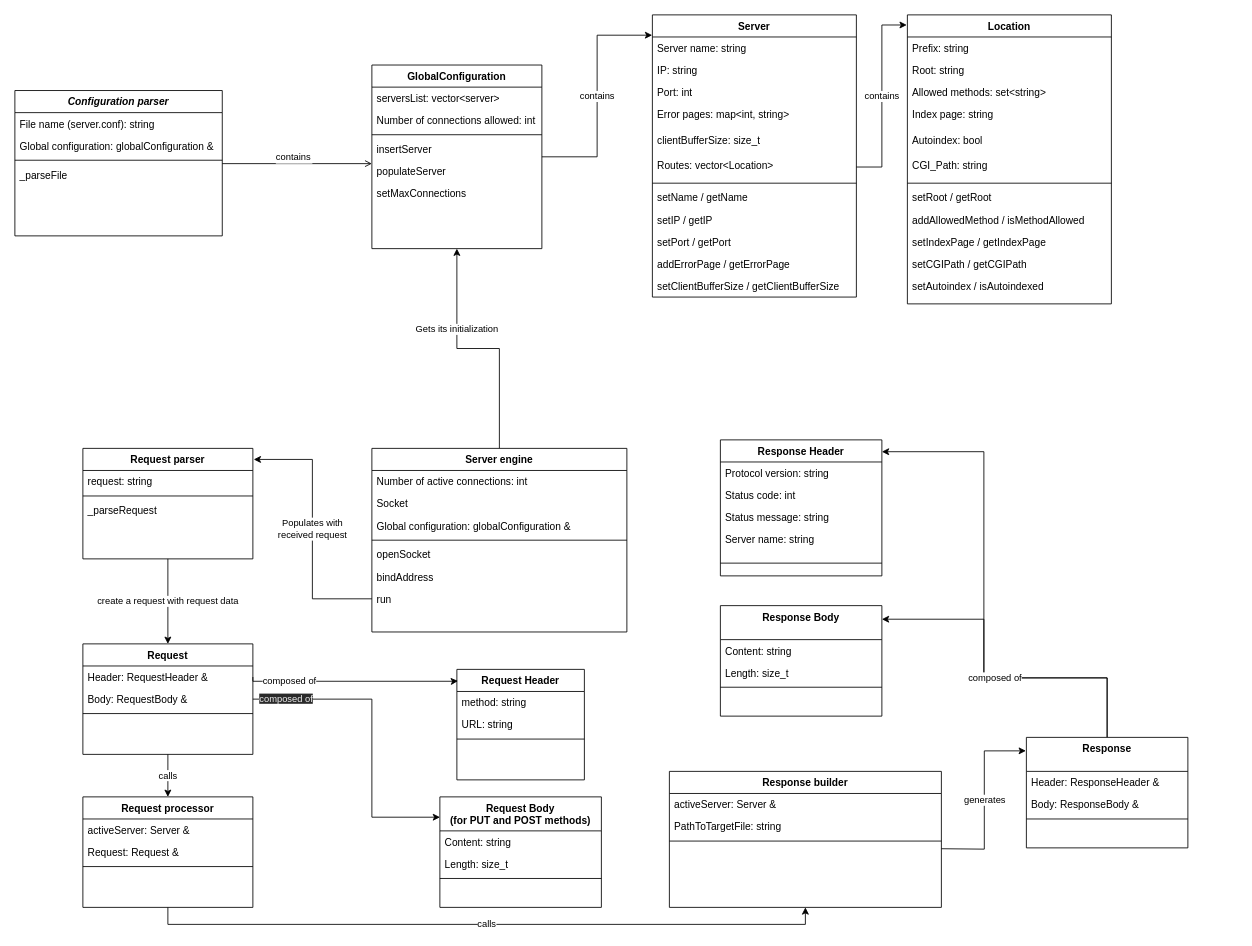
This is webserv_architecture.drawio from ababoum/webserv, a draw.io file, before an edit. Source tidied: cells renumbered, new cells numbered last; positions are measured from the earlier drawing's top-left corner, leaving out a move shared by most shapes. Both pictures are drawn from the tidied source at 85%, with x=0, y=0 at pixel (14, 14).
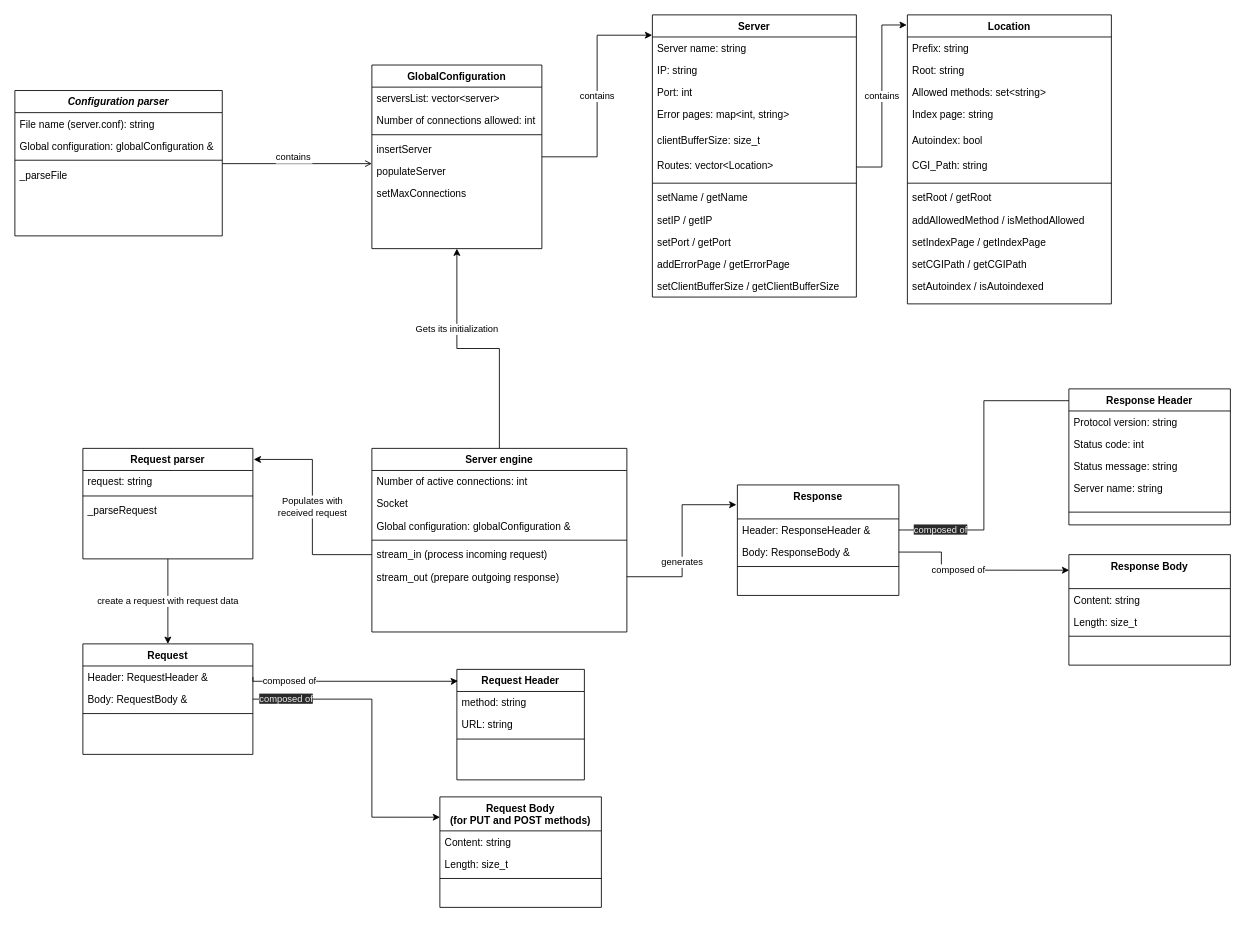
The same diagram, later.

Commit message (it also covers changes not shown here):
build response with response class

Unchanged cells that the change refers to:
```xml
<mxCell id="30" value="Server engine" style="swimlane;fontStyle=1;align=center;verticalAlign=top;horizontal=1;startSize=26;rounded=0;shadow=0;strokeWidth=1;" parent="1" vertex="1">
  <mxGeometry x="420" y="510" width="300" height="216" as="geometry" />
</mxCell>
<mxCell id="50" value="Request" style="swimlane;fontStyle=1;align=center;verticalAlign=top;horizontal=1;startSize=26;rounded=0;shadow=0;strokeWidth=1;" parent="1" vertex="1">
  <mxGeometry x="80" y="740" width="200" height="130" as="geometry" />
</mxCell>
<mxCell id="81" value="Header: ResponseHeader &amp;" style="text;align=left;verticalAlign=top;spacingLeft=4;spacingRight=4;overflow=hidden;points=[[0,0.5],[1,0.5]];portConstraint=eastwest;" parent="80" vertex="1">
  <mxGeometry y="40" width="190" height="26" as="geometry" />
</mxCell>
<mxCell id="82" value="Body: ResponseBody &amp;" style="text;align=left;verticalAlign=top;spacingLeft=4;spacingRight=4;overflow=hidden;points=[[0,0.5],[1,0.5]];portConstraint=eastwest;" parent="80" vertex="1">
  <mxGeometry y="66" width="190" height="26" as="geometry" />
</mxCell>
```

The edit, as a diff of the source:
```diff
@@
-    <mxCell id="35" value="openSocket" style="text;align=left;verticalAlign=top;spacingLeft=4;spacingRight=4;overflow=hidden;" parent="30" vertex="1">
-      <mxGeometry y="112" width="300" height="26" as="geometry" />
-    </mxCell>
-    <mxCell id="36" value="bindAddress" style="text;align=left;verticalAlign=top;spacingLeft=4;spacingRight=4;overflow=hidden;" parent="30" vertex="1">
-      <mxGeometry y="138" width="300" height="26" as="geometry" />
-    </mxCell>
-    <mxCell id="37" value="run" style="text;align=left;verticalAlign=top;spacingLeft=4;spacingRight=4;overflow=hidden;points=[[0,0.5],[1,0.5]];portConstraint=eastwest;" parent="30" vertex="1">
-      <mxGeometry y="164" width="300" height="26" as="geometry" />
+    <mxCell id="37" value="stream_in (process incoming request)" style="text;align=left;verticalAlign=top;spacingLeft=4;spacingRight=4;overflow=hidden;points=[[0,0.5],[1,0.5]];portConstraint=eastwest;" parent="30" vertex="1">
+      <mxGeometry y="112" width="300" height="26" as="geometry" />
     </mxCell>
+    <mxCell id="99" value="stream_out (prepare outgoing response)" style="text;align=left;verticalAlign=top;spacingLeft=4;spacingRight=4;overflow=hidden;points=[[0,0.5],[1,0.5]];portConstraint=eastwest;" parent="30" vertex="1">
+      <mxGeometry y="138" width="300" height="26" as="geometry" />
+    </mxCell>
@@
-    <mxCell id="43" value="calls" style="edgeStyle=orthogonalEdgeStyle;rounded=0;jettySize=auto;html=1;exitX=0.5;exitY=1;exitDx=0;exitDy=0;entryX=0.5;entryY=0;entryDx=0;entryDy=0;" parent="1" edge="1" source="50" target="45">
-      <mxGeometry relative="1" as="geometry" />
-    </mxCell>
-    <mxCell id="44" value="calls" style="edgeStyle=orthogonalEdgeStyle;rounded=0;jettySize=auto;html=1;entryX=0.5;entryY=1;entryDx=0;entryDy=0;" parent="1" edge="1" source="45" target="65">
-      <mxGeometry relative="1" as="geometry">
-        <Array as="points">
-          <mxPoint x="180" y="1070" />
-          <mxPoint x="930" y="1070" />
-        </Array>
-      </mxGeometry>
-    </mxCell>
-    <mxCell id="45" value="Request processor" style="swimlane;fontStyle=1;align=center;verticalAlign=top;horizontal=1;startSize=26;rounded=0;shadow=0;strokeWidth=1;" parent="1" vertex="1">
-      <mxGeometry x="80" y="920" width="200" height="130" as="geometry" />
-    </mxCell>
-    <mxCell id="46" value="activeServer: Server &amp;" style="text;align=left;verticalAlign=top;spacingLeft=4;spacingRight=4;overflow=hidden;" parent="45" vertex="1">
-      <mxGeometry y="26" width="200" height="26" as="geometry" />
-    </mxCell>
-    <mxCell id="47" value="Request: Request &amp;" style="text;align=left;verticalAlign=top;spacingLeft=4;spacingRight=4;overflow=hidden;" parent="45" vertex="1">
-      <mxGeometry y="52" width="200" height="26" as="geometry" />
-    </mxCell>
-    <mxCell id="48" style="line;html=1;strokeWidth=1;align=left;verticalAlign=middle;spacingTop=-1;spacingLeft=3;spacingRight=3;labelPosition=right;" parent="45" vertex="1">
-      <mxGeometry y="78" width="200" height="8" as="geometry" />
-    </mxCell>
@@
-    <mxCell id="64" style="edgeStyle=orthogonalEdgeStyle;rounded=0;jettySize=auto;html=1;entryX=1;entryY=0.087;entryDx=0;entryDy=0;entryPerimeter=0;exitX=0.5;exitY=0;exitDx=0;exitDy=0;" parent="1" edge="1" source="80" target="69">
-      <mxGeometry relative="1" as="geometry">
+    <mxCell id="64" value="&lt;span style=&quot;color: rgb(240, 240, 240); font-family: helvetica; font-size: 11px; font-style: normal; font-weight: 400; letter-spacing: normal; text-align: center; text-indent: 0px; text-transform: none; word-spacing: 0px; background-color: rgb(42, 42, 42); display: inline; float: none;&quot;&gt;composed of&lt;/span&gt;" style="edgeStyle=orthogonalEdgeStyle;rounded=0;jettySize=auto;html=1;entryX=1;entryY=0.087;entryDx=0;entryDy=0;entryPerimeter=0;exitX=1;exitY=0.5;exitDx=0;exitDy=0;" parent="1" edge="1" source="81" target="69">
+      <mxGeometry x="-0.82" relative="1" as="geometry">
         <Array as="points">
-          <mxPoint x="1285" y="780" />
-          <mxPoint x="1140" y="780" />
-          <mxPoint x="1140" y="514" />
+          <mxPoint x="1140" y="606" />
+          <mxPoint x="1140" y="454" />
         </Array>
       </mxGeometry>
     </mxCell>
-    <mxCell id="65" value="Response builder" style="swimlane;fontStyle=1;align=center;verticalAlign=top;horizontal=1;startSize=26;rounded=0;shadow=0;strokeWidth=1;" parent="1" vertex="1">
-      <mxGeometry x="770" y="890" width="320" height="160" as="geometry" />
-    </mxCell>
-    <mxCell id="66" value="activeServer: Server &amp;" style="text;align=left;verticalAlign=top;spacingLeft=4;spacingRight=4;overflow=hidden;" parent="65" vertex="1">
-      <mxGeometry y="26" width="320" height="26" as="geometry" />
-    </mxCell>
-    <mxCell id="67" value="PathToTargetFile: string" style="text;align=left;verticalAlign=top;spacingLeft=4;spacingRight=4;overflow=hidden;" parent="65" vertex="1">
-      <mxGeometry y="52" width="320" height="26" as="geometry" />
-    </mxCell>
-    <mxCell id="68" style="line;html=1;strokeWidth=1;align=left;verticalAlign=middle;spacingTop=-1;spacingLeft=3;spacingRight=3;labelPosition=right;" parent="65" vertex="1">
-      <mxGeometry y="78" width="320" height="8" as="geometry" />
-    </mxCell>
     <mxCell id="69" value="Response Header" style="swimlane;fontStyle=1;align=center;verticalAlign=top;horizontal=1;startSize=26;rounded=0;shadow=0;strokeWidth=1;" parent="1" vertex="1">
-      <mxGeometry x="830" y="500" width="190" height="160" as="geometry" />
+      <mxGeometry x="1240" y="440" width="190" height="160" as="geometry" />
     </mxCell>
@@
     <mxCell id="75" value="Response Body" style="swimlane;fontStyle=1;align=center;verticalAlign=top;horizontal=1;startSize=40;rounded=0;shadow=0;strokeWidth=1;" parent="1" vertex="1">
-      <mxGeometry x="830" y="695" width="190" height="130" as="geometry" />
+      <mxGeometry x="1240" y="635" width="190" height="130" as="geometry" />
     </mxCell>
@@
-    <mxCell id="79" value="composed of" style="edgeStyle=orthogonalEdgeStyle;rounded=0;jettySize=auto;html=1;entryX=1;entryY=0.123;entryDx=0;entryDy=0;entryPerimeter=0;exitX=0.5;exitY=0;exitDx=0;exitDy=0;" parent="1" edge="1" source="80" target="75">
-      <mxGeometry relative="1" as="geometry">
+    <mxCell id="79" value="composed of" style="edgeStyle=orthogonalEdgeStyle;rounded=0;jettySize=auto;html=1;entryX=0.002;entryY=0.141;entryDx=0;entryDy=0;entryPerimeter=0;exitX=1;exitY=0.5;exitDx=0;exitDy=0;" parent="1" edge="1" source="82" target="75">
+      <mxGeometry x="-0.18" relative="1" as="geometry">
         <Array as="points">
-          <mxPoint x="1285" y="780" />
-          <mxPoint x="1140" y="780" />
-          <mxPoint x="1140" y="711" />
+          <mxPoint x="1090" y="632" />
+          <mxPoint x="1090" y="653" />
         </Array>
       </mxGeometry>
     </mxCell>
     <mxCell id="80" value="Response" style="swimlane;fontStyle=1;align=center;verticalAlign=top;horizontal=1;startSize=40;rounded=0;shadow=0;strokeWidth=1;" parent="1" vertex="1">
-      <mxGeometry x="1190" y="850" width="190" height="130" as="geometry" />
+      <mxGeometry x="850" y="553" width="190" height="130" as="geometry" />
     </mxCell>
@@
-    <mxCell id="84" value="generates" style="edgeStyle=orthogonalEdgeStyle;rounded=0;jettySize=auto;html=1;entryX=-0.003;entryY=0.122;entryDx=0;entryDy=0;entryPerimeter=0;" parent="1" edge="1" target="80">
-      <mxGeometry relative="1" as="geometry">
-        <mxPoint x="1090" y="981" as="sourcePoint" />
-      </mxGeometry>
-    </mxCell>
@@
+    <mxCell id="100" style="edgeStyle=orthogonalEdgeStyle;html=1;entryX=-0.006;entryY=0.179;entryDx=0;entryDy=0;entryPerimeter=0;exitX=1;exitY=0.5;exitDx=0;exitDy=0;elbow=vertical;rounded=0;" parent="1" edge="1" source="99" target="80">
+      <mxGeometry relative="1" as="geometry" />
+    </mxCell>
+    <mxCell id="84" value="generates" style="edgeLabel;html=1;align=center;verticalAlign=middle;" parent="100" vertex="1">
+      <mxGeometry x="-0.22" y="1" relative="1" as="geometry" />
+    </mxCell>
```
